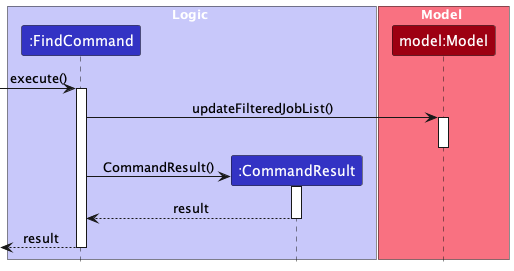
This is docs/images/developer-guide/FindCommandSequenceDiagram.png from nus-cs2103-AY2324S1/tp, a PlantUML export, as it was before one commit.
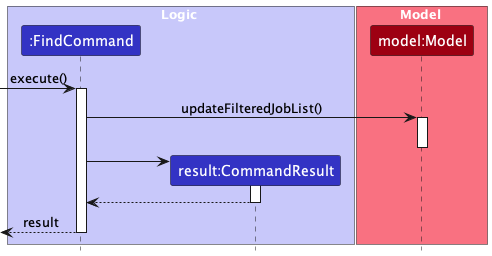
After the change.

Change to the diagram source:
```diff
@@ -4,7 +4,7 @@
 
 box Logic LOGIC_COLOR_T1
 Participant ":FindCommand" as fc LOGIC_COLOR
-Participant ":CommandResult" as cr LOGIC_COLOR
+Participant "result:CommandResult" as cr LOGIC_COLOR
 end box
 box Model MODEL_COLOR_T1
 Participant "model:Model" as m MODEL_COLOR
@@ -14,7 +14,7 @@
 fc -> m ++: updateFilteredJobList()
 deactivate m
 create cr
-fc -> cr ++: CommandResult()
-cr --> fc --: result
+fc -> cr ++
+cr --> fc --
 fc -->[ --: result
 @enduml
```
